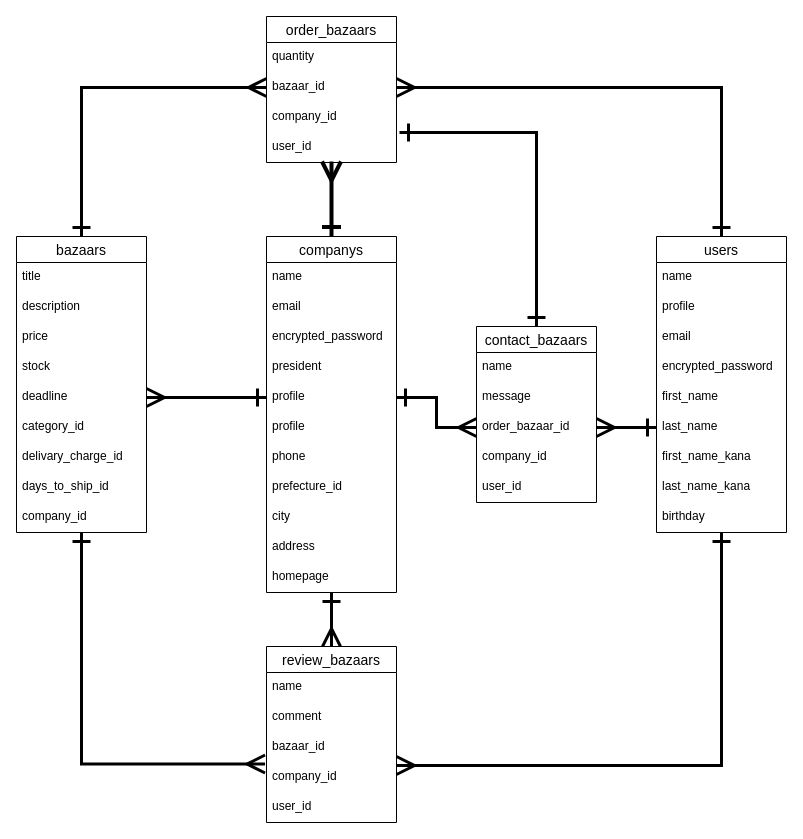
Above: DB_ER_Buzaar.dio in Sashimi0343/losstop (draw.io), before the change. Source tidied: cells renumbered, new cells numbered last; positions are measured from the earlier drawing's top-left corner, leaving out a move shared by most shapes. Both pictures are drawn from the tidied source at 100%, with x=0, y=0 at pixel (16, 16).
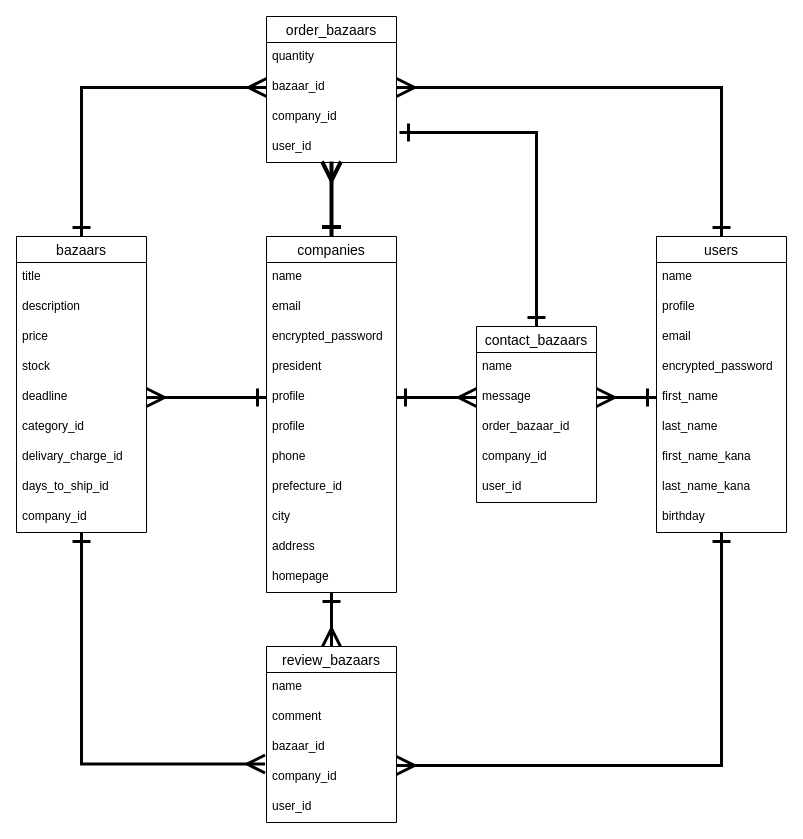
The same diagram, later.

The change refers to these unchanged cells:
```xml
<mxCell id="9" value="profile" style="text;strokeColor=none;fillColor=none;spacingLeft=4;spacingRight=4;overflow=hidden;points=[[0,0.5],[1,0.5]];portConstraint=eastwest;fontSize=12;" parent="4" vertex="1">
  <mxGeometry y="146" width="130" height="30" as="geometry" />
</mxCell>
<mxCell id="18" value="message" style="text;strokeColor=none;fillColor=none;spacingLeft=4;spacingRight=4;overflow=hidden;points=[[0,0.5],[1,0.5]];portConstraint=eastwest;fontSize=12;" parent="16" vertex="1">
  <mxGeometry y="56" width="120" height="30" as="geometry" />
</mxCell>
<mxCell id="19" value="order_bazaar_id" style="text;strokeColor=none;fillColor=none;spacingLeft=4;spacingRight=4;overflow=hidden;points=[[0,0.5],[1,0.5]];portConstraint=eastwest;fontSize=12;" parent="16" vertex="1">
  <mxGeometry y="86" width="120" height="30" as="geometry" />
</mxCell>
<mxCell id="29" value="first_name" style="text;strokeColor=none;fillColor=none;spacingLeft=4;spacingRight=4;overflow=hidden;points=[[0,0.5],[1,0.5]];portConstraint=eastwest;fontSize=12;" parent="24" vertex="1">
  <mxGeometry y="146" width="130" height="30" as="geometry" />
</mxCell>
<mxCell id="30" value="last_name" style="text;strokeColor=none;fillColor=none;spacingLeft=4;spacingRight=4;overflow=hidden;points=[[0,0.5],[1,0.5]];portConstraint=eastwest;fontSize=12;" parent="24" vertex="1">
  <mxGeometry y="176" width="130" height="30" as="geometry" />
</mxCell>
```

Diff of the diagram source:
```diff
@@
-    <mxCell id="4" value="companys" style="swimlane;fontStyle=0;horizontal=1;startSize=26;align=center;fontSize=14;" parent="1" vertex="1">
+    <mxCell id="4" value="companies" style="swimlane;fontStyle=0;horizontal=1;startSize=26;align=center;fontSize=14;" parent="1" vertex="1">
       <mxGeometry x="250" y="220" width="130" height="356" as="geometry" />
     </mxCell>
@@
-    <mxCell id="59" style="edgeStyle=orthogonalEdgeStyle;rounded=0;jumpSize=6;jettySize=auto;html=1;exitX=1;exitY=0.5;exitDx=0;exitDy=0;entryX=0;entryY=0.5;entryDx=0;entryDy=0;startArrow=ERone;startFill=0;startSize=14;endArrow=ERmany;endFill=0;endSize=14;strokeWidth=3;" parent="1" edge="1" source="9" target="19">
+    <mxCell id="59" style="edgeStyle=orthogonalEdgeStyle;rounded=0;jumpSize=6;jettySize=auto;html=1;exitX=1;exitY=0.5;exitDx=0;exitDy=0;entryX=0;entryY=0.5;entryDx=0;entryDy=0;startArrow=ERone;startFill=0;startSize=14;endArrow=ERmany;endFill=0;endSize=14;strokeWidth=3;" parent="1" edge="1" source="9" target="18">
       <mxGeometry relative="1" as="geometry" />
     </mxCell>
-    <mxCell id="60" style="edgeStyle=orthogonalEdgeStyle;rounded=0;jumpSize=6;jettySize=auto;html=1;exitX=0;exitY=0.5;exitDx=0;exitDy=0;entryX=1;entryY=0.5;entryDx=0;entryDy=0;startArrow=ERone;startFill=0;startSize=14;endArrow=ERmany;endFill=0;endSize=14;strokeWidth=3;" parent="1" edge="1" source="30" target="19">
+    <mxCell id="60" style="edgeStyle=orthogonalEdgeStyle;rounded=0;jumpSize=6;jettySize=auto;html=1;exitX=0;exitY=0.5;exitDx=0;exitDy=0;entryX=1;entryY=0.5;entryDx=0;entryDy=0;startArrow=ERone;startFill=0;startSize=14;endArrow=ERmany;endFill=0;endSize=14;strokeWidth=3;" parent="1" edge="1" source="29" target="18">
       <mxGeometry relative="1" as="geometry" />
     </mxCell>
```
